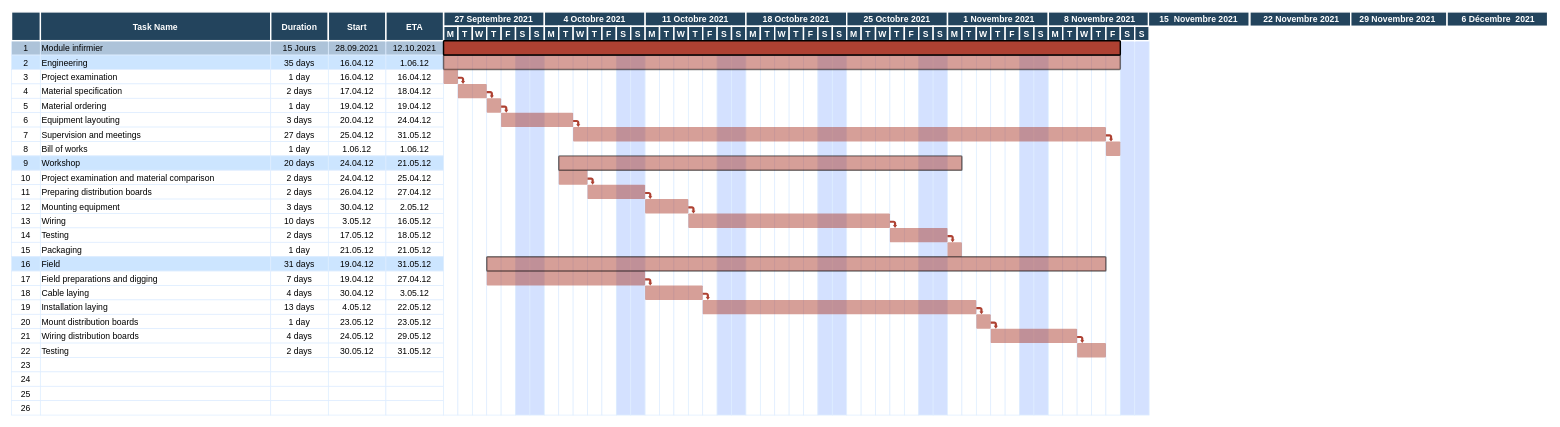
Earlier version of the draw.io diagram Untitled Diagram.drawio (HadilDadda/Exercice1). Source tidied: cells renumbered, new cells numbered last; positions are measured from the earlier drawing's top-left corner, leaving out a move shared by most shapes. Both pictures are drawn from the tidied source at 72%, with x=0, y=0 at pixel (11, 12).
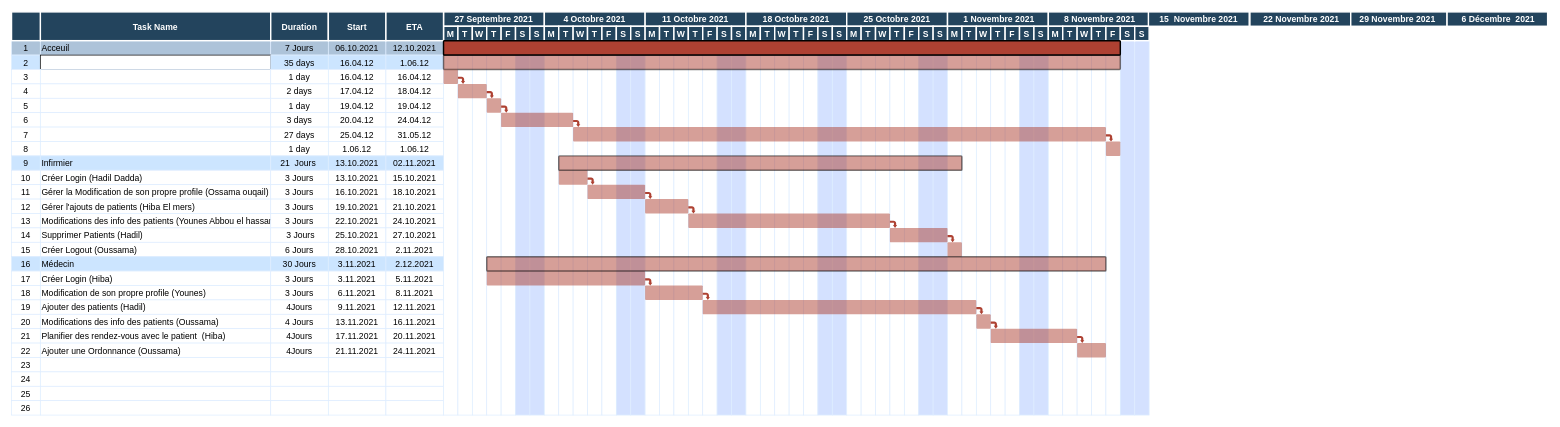
The same page after the edit.

Commit message:
diagramme d'hopitaux

Change to the diagram source:
```diff
@@
-    <mxCell id="3" value="Module infirmier" style="align=left;strokeColor=#DEEDFF;fillColor=#ADC3D9;" parent="1" vertex="1">
+    <mxCell id="3" value="Acceuil" style="align=left;strokeColor=#DEEDFF;fillColor=#ADC3D9;" parent="1" vertex="1">
       <mxGeometry x="40.5" y="40" width="320" height="20" as="geometry" />
     </mxCell>
-    <mxCell id="4" value="15 Jours" style="strokeColor=#DEEDFF;fillColor=#ADC3D9;" parent="1" vertex="1">
+    <mxCell id="4" value="7 Jours" style="strokeColor=#DEEDFF;fillColor=#ADC3D9;" parent="1" vertex="1">
       <mxGeometry x="360.5" y="40" width="80" height="20" as="geometry" />
     </mxCell>
-    <mxCell id="5" value="28.09.2021" style="strokeColor=#DEEDFF;fillColor=#ADC3D9;" parent="1" vertex="1">
+    <mxCell id="5" value="06.10.2021" style="strokeColor=#DEEDFF;fillColor=#ADC3D9;" parent="1" vertex="1">
       <mxGeometry x="440.5" y="40" width="80" height="20" as="geometry" />
     </mxCell>
@@
-    <mxCell id="9" value="Engineering" style="align=left;strokeColor=#DEEDFF;fillColor=#CCE5FF;" parent="1" vertex="1">
+    <mxCell id="9" style="align=left;" parent="1" vertex="1">
       <mxGeometry x="40.5" y="60" width="320" height="20" as="geometry" />
     </mxCell>
@@
-    <mxCell id="14" value="Project examination" style="align=left;strokeColor=#DEEDFF;" parent="1" vertex="1">
+    <mxCell id="14" style="align=left;strokeColor=#DEEDFF;" parent="1" vertex="1">
       <mxGeometry x="40.5" y="80" width="320" height="20" as="geometry" />
     </mxCell>
@@
-    <mxCell id="19" value="Material specification" style="align=left;strokeColor=#DEEDFF;" parent="1" vertex="1">
+    <mxCell id="19" style="align=left;strokeColor=#DEEDFF;" parent="1" vertex="1">
       <mxGeometry x="40.5" y="100" width="320" height="20" as="geometry" />
     </mxCell>
@@
-    <mxCell id="24" value="Material ordering" style="align=left;strokeColor=#DEEDFF;" parent="1" vertex="1">
+    <mxCell id="24" style="align=left;strokeColor=#DEEDFF;" parent="1" vertex="1">
       <mxGeometry x="40.5" y="120" width="320" height="20" as="geometry" />
     </mxCell>
@@
-    <mxCell id="29" value="Equipment layouting" style="align=left;strokeColor=#DEEDFF;" parent="1" vertex="1">
+    <mxCell id="29" style="align=left;strokeColor=#DEEDFF;" parent="1" vertex="1">
       <mxGeometry x="40.5" y="140" width="320" height="20" as="geometry" />
     </mxCell>
@@
-    <mxCell id="34" value="Supervision and meetings" style="align=left;strokeColor=#DEEDFF;" parent="1" vertex="1">
+    <mxCell id="34" style="align=left;strokeColor=#DEEDFF;" parent="1" vertex="1">
       <mxGeometry x="40.5" y="160" width="320" height="20" as="geometry" />
     </mxCell>
@@
-    <mxCell id="39" value="Bill of works" style="align=left;strokeColor=#DEEDFF;" parent="1" vertex="1">
+    <mxCell id="39" style="align=left;strokeColor=#DEEDFF;" parent="1" vertex="1">
       <mxGeometry x="40.5" y="180" width="320" height="20" as="geometry" />
     </mxCell>
@@
-    <mxCell id="44" value="Workshop" style="align=left;strokeColor=#DEEDFF;fillColor=#CCE5FF;" parent="1" vertex="1">
+    <mxCell id="44" value="Infirmier" style="align=left;strokeColor=#DEEDFF;fillColor=#CCE5FF;" parent="1" vertex="1">
       <mxGeometry x="40.5" y="200" width="320" height="20" as="geometry" />
     </mxCell>
-    <mxCell id="45" value="20 days" style="strokeColor=#DEEDFF;fillColor=#CCE5FF;" parent="1" vertex="1">
+    <mxCell id="45" value="21  Jours " style="strokeColor=#DEEDFF;fillColor=#CCE5FF;" parent="1" vertex="1">
       <mxGeometry x="360.5" y="200" width="80" height="20" as="geometry" />
     </mxCell>
-    <mxCell id="46" value="24.04.12" style="strokeColor=#DEEDFF;fillColor=#CCE5FF;" parent="1" vertex="1">
+    <mxCell id="46" value="13.10.2021" style="strokeColor=#DEEDFF;fillColor=#CCE5FF;" parent="1" vertex="1">
       <mxGeometry x="440.5" y="200" width="80" height="20" as="geometry" />
     </mxCell>
-    <mxCell id="47" value="21.05.12" style="strokeColor=#DEEDFF;fillColor=#CCE5FF;" parent="1" vertex="1">
+    <mxCell id="47" value="02.11.2021" style="strokeColor=#DEEDFF;fillColor=#CCE5FF;" parent="1" vertex="1">
       <mxGeometry x="520.5" y="200" width="80" height="20" as="geometry" />
     </mxCell>
@@
-    <mxCell id="49" value="Project examination and material comparison" style="align=left;strokeColor=#DEEDFF;" parent="1" vertex="1">
+    <mxCell id="49" value="Créer Login (Hadil Dadda)" style="align=left;strokeColor=#DEEDFF;" parent="1" vertex="1">
       <mxGeometry x="40.5" y="220" width="320" height="20" as="geometry" />
     </mxCell>
-    <mxCell id="50" value="2 days" style="strokeColor=#DEEDFF;" parent="1" vertex="1">
+    <mxCell id="50" value="3 Jours" style="strokeColor=#DEEDFF;" parent="1" vertex="1">
       <mxGeometry x="360.5" y="220" width="80" height="20" as="geometry" />
     </mxCell>
-    <mxCell id="51" value="24.04.12" style="strokeColor=#DEEDFF;" parent="1" vertex="1">
+    <mxCell id="51" value="13.10.2021" style="strokeColor=#DEEDFF;" parent="1" vertex="1">
       <mxGeometry x="440.5" y="220" width="80" height="20" as="geometry" />
     </mxCell>
-    <mxCell id="52" value="25.04.12" style="strokeColor=#DEEDFF;" parent="1" vertex="1">
+    <mxCell id="52" value="15.10.2021" style="strokeColor=#DEEDFF;" parent="1" vertex="1">
       <mxGeometry x="520.5" y="220" width="80" height="20" as="geometry" />
     </mxCell>
@@
-    <mxCell id="54" value="Preparing distribution boards" style="align=left;strokeColor=#DEEDFF;" parent="1" vertex="1">
+    <mxCell id="54" value="Gérer la Modification de son propre profile (Ossama ouqail)" style="align=left;strokeColor=#DEEDFF;" parent="1" vertex="1">
       <mxGeometry x="40.5" y="240" width="320" height="20" as="geometry" />
     </mxCell>
-    <mxCell id="55" value="2 days" style="strokeColor=#DEEDFF;" parent="1" vertex="1">
+    <mxCell id="55" value="3 Jours" style="strokeColor=#DEEDFF;" parent="1" vertex="1">
       <mxGeometry x="360.5" y="240" width="80" height="20" as="geometry" />
     </mxCell>
-    <mxCell id="56" value="26.04.12" style="strokeColor=#DEEDFF;" parent="1" vertex="1">
+    <mxCell id="56" value="16.10.2021" style="strokeColor=#DEEDFF;" parent="1" vertex="1">
       <mxGeometry x="440.5" y="240" width="80" height="20" as="geometry" />
     </mxCell>
-    <mxCell id="57" value="27.04.12" style="strokeColor=#DEEDFF;" parent="1" vertex="1">
+    <mxCell id="57" value="18.10.2021" style="strokeColor=#DEEDFF;" parent="1" vertex="1">
       <mxGeometry x="520.5" y="240" width="80" height="20" as="geometry" />
     </mxCell>
@@
-    <mxCell id="59" value="Mounting equipment" style="align=left;strokeColor=#DEEDFF;" parent="1" vertex="1">
+    <mxCell id="59" value="Gérer l'ajouts de patients (Hiba El mers)" style="align=left;strokeColor=#DEEDFF;" parent="1" vertex="1">
       <mxGeometry x="40.5" y="260" width="320" height="20" as="geometry" />
     </mxCell>
-    <mxCell id="60" value="3 days" style="strokeColor=#DEEDFF;" parent="1" vertex="1">
+    <mxCell id="60" value="3 Jours" style="strokeColor=#DEEDFF;" parent="1" vertex="1">
       <mxGeometry x="360.5" y="260" width="80" height="20" as="geometry" />
     </mxCell>
-    <mxCell id="61" value="30.04.12" style="strokeColor=#DEEDFF;" parent="1" vertex="1">
+    <mxCell id="61" value="19.10.2021" style="strokeColor=#DEEDFF;" parent="1" vertex="1">
       <mxGeometry x="440.5" y="260" width="80" height="20" as="geometry" />
     </mxCell>
-    <mxCell id="62" value="2.05.12" style="strokeColor=#DEEDFF;" parent="1" vertex="1">
+    <mxCell id="62" value="21.10.2021" style="strokeColor=#DEEDFF;" parent="1" vertex="1">
       <mxGeometry x="520.5" y="260" width="80" height="20" as="geometry" />
     </mxCell>
@@
-    <mxCell id="64" value="Wiring" style="align=left;strokeColor=#DEEDFF;" parent="1" vertex="1">
+    <mxCell id="64" value="Modifications des info des patients (Younes Abbou el hassan)" style="align=left;strokeColor=#DEEDFF;" parent="1" vertex="1">
       <mxGeometry x="40.5" y="280" width="320" height="20" as="geometry" />
     </mxCell>
-    <mxCell id="65" value="10 days" style="strokeColor=#DEEDFF;" parent="1" vertex="1">
+    <mxCell id="65" value="3 Jours" style="strokeColor=#DEEDFF;" parent="1" vertex="1">
       <mxGeometry x="360.5" y="280" width="80" height="20" as="geometry" />
     </mxCell>
-    <mxCell id="66" value="3.05.12" style="strokeColor=#DEEDFF;" parent="1" vertex="1">
+    <mxCell id="66" value="22.10.2021" style="strokeColor=#DEEDFF;" parent="1" vertex="1">
       <mxGeometry x="440.5" y="280" width="80" height="20" as="geometry" />
     </mxCell>
-    <mxCell id="67" value="16.05.12" style="strokeColor=#DEEDFF;" parent="1" vertex="1">
+    <mxCell id="67" value="24.10.2021" style="strokeColor=#DEEDFF;" parent="1" vertex="1">
       <mxGeometry x="520.5" y="280" width="80" height="20" as="geometry" />
     </mxCell>
@@
-    <mxCell id="69" value="Testing" style="align=left;strokeColor=#DEEDFF;" parent="1" vertex="1">
+    <mxCell id="69" value="Supprimer Patients (Hadil)" style="align=left;strokeColor=#DEEDFF;" parent="1" vertex="1">
       <mxGeometry x="40.5" y="300" width="320" height="20" as="geometry" />
     </mxCell>
-    <mxCell id="70" value="2 days" style="strokeColor=#DEEDFF;" parent="1" vertex="1">
+    <mxCell id="70" value=" 3 Jours" style="strokeColor=#DEEDFF;" parent="1" vertex="1">
       <mxGeometry x="360.5" y="300" width="80" height="20" as="geometry" />
     </mxCell>
-    <mxCell id="71" value="17.05.12" style="strokeColor=#DEEDFF;" parent="1" vertex="1">
+    <mxCell id="71" value="25.10.2021" style="strokeColor=#DEEDFF;" parent="1" vertex="1">
       <mxGeometry x="440.5" y="300" width="80" height="20" as="geometry" />
     </mxCell>
-    <mxCell id="72" value="18.05.12" style="strokeColor=#DEEDFF;" parent="1" vertex="1">
+    <mxCell id="72" value="27.10.2021" style="strokeColor=#DEEDFF;" parent="1" vertex="1">
       <mxGeometry x="520.5" y="300" width="80" height="20" as="geometry" />
     </mxCell>
@@
-    <mxCell id="74" value="Packaging" style="align=left;strokeColor=#DEEDFF;fillColor=#FFFFFF;" parent="1" vertex="1">
+    <mxCell id="74" value="Créer Logout (Oussama)" style="align=left;strokeColor=#DEEDFF;fillColor=#FFFFFF;" parent="1" vertex="1">
       <mxGeometry x="40.5" y="320" width="320" height="20" as="geometry" />
     </mxCell>
-    <mxCell id="75" value="1 day" style="strokeColor=#DEEDFF;fillColor=#FFFFFF;" parent="1" vertex="1">
+    <mxCell id="75" value="6 Jours" style="strokeColor=#DEEDFF;fillColor=#FFFFFF;" parent="1" vertex="1">
       <mxGeometry x="360.5" y="320" width="80" height="20" as="geometry" />
     </mxCell>
-    <mxCell id="76" value="21.05.12" style="strokeColor=#DEEDFF;fillColor=#FFFFFF;" parent="1" vertex="1">
+    <mxCell id="76" value="28.10.2021" style="strokeColor=#DEEDFF;fillColor=#FFFFFF;" parent="1" vertex="1">
       <mxGeometry x="440.5" y="320" width="80" height="20" as="geometry" />
     </mxCell>
-    <mxCell id="77" value="21.05.12" style="strokeColor=#DEEDFF;fillColor=#FFFFFF;" parent="1" vertex="1">
+    <mxCell id="77" value="2.11.2021" style="strokeColor=#DEEDFF;fillColor=#FFFFFF;" parent="1" vertex="1">
       <mxGeometry x="520.5" y="320" width="80" height="20" as="geometry" />
     </mxCell>
@@
-    <mxCell id="79" value="Field" style="align=left;strokeColor=#DEEDFF;fillColor=#CCE5FF;" parent="1" vertex="1">
+    <mxCell id="79" value="Médecin" style="align=left;strokeColor=#DEEDFF;fillColor=#CCE5FF;" parent="1" vertex="1">
       <mxGeometry x="40.5" y="340" width="320" height="20" as="geometry" />
     </mxCell>
-    <mxCell id="80" value="31 days" style="strokeColor=#DEEDFF;fillColor=#CCE5FF;" parent="1" vertex="1">
+    <mxCell id="80" value="30 Jours" style="strokeColor=#DEEDFF;fillColor=#CCE5FF;" parent="1" vertex="1">
       <mxGeometry x="360.5" y="340" width="80" height="20" as="geometry" />
     </mxCell>
-    <mxCell id="81" value="19.04.12" style="strokeColor=#DEEDFF;fillColor=#CCE5FF;" parent="1" vertex="1">
+    <mxCell id="81" value="3.11.2021" style="strokeColor=#DEEDFF;fillColor=#CCE5FF;" parent="1" vertex="1">
       <mxGeometry x="440.5" y="340" width="80" height="20" as="geometry" />
     </mxCell>
-    <mxCell id="82" value="31.05.12" style="strokeColor=#DEEDFF;fillColor=#CCE5FF;" parent="1" vertex="1">
+    <mxCell id="82" value="2.12.2021" style="strokeColor=#DEEDFF;fillColor=#CCE5FF;" parent="1" vertex="1">
       <mxGeometry x="520.5" y="340" width="80" height="20" as="geometry" />
     </mxCell>
@@
-    <mxCell id="84" value="Field preparations and digging" style="align=left;strokeColor=#DEEDFF;" parent="1" vertex="1">
+    <mxCell id="84" value="Créer Login (Hiba)" style="align=left;strokeColor=#DEEDFF;" parent="1" vertex="1">
       <mxGeometry x="40.5" y="360" width="320" height="20" as="geometry" />
     </mxCell>
-    <mxCell id="85" value="7 days" style="strokeColor=#DEEDFF;" parent="1" vertex="1">
+    <mxCell id="85" value="3 Jours" style="strokeColor=#DEEDFF;" parent="1" vertex="1">
       <mxGeometry x="360.5" y="360" width="80" height="20" as="geometry" />
     </mxCell>
-    <mxCell id="86" value="19.04.12" style="strokeColor=#DEEDFF;" parent="1" vertex="1">
+    <mxCell id="86" value="3.11.2021" style="strokeColor=#DEEDFF;" parent="1" vertex="1">
       <mxGeometry x="440.5" y="360" width="80" height="20" as="geometry" />
     </mxCell>
-    <mxCell id="87" value="27.04.12" style="strokeColor=#DEEDFF;" parent="1" vertex="1">
+    <mxCell id="87" value="5.11.2021" style="strokeColor=#DEEDFF;" parent="1" vertex="1">
       <mxGeometry x="520.5" y="360" width="80" height="20" as="geometry" />
     </mxCell>
@@
-    <mxCell id="89" value="Cable laying" style="align=left;strokeColor=#DEEDFF;" parent="1" vertex="1">
+    <mxCell id="89" value="Modification de son propre profile (Younes)" style="align=left;strokeColor=#DEEDFF;" parent="1" vertex="1">
       <mxGeometry x="40.5" y="380" width="320" height="20" as="geometry" />
     </mxCell>
-    <mxCell id="90" value="4 days" style="strokeColor=#DEEDFF;" parent="1" vertex="1">
+    <mxCell id="90" value="3 Jours" style="strokeColor=#DEEDFF;" parent="1" vertex="1">
       <mxGeometry x="360.5" y="380" width="80" height="20" as="geometry" />
     </mxCell>
-    <mxCell id="91" value="30.04.12" style="strokeColor=#DEEDFF;" parent="1" vertex="1">
+    <mxCell id="91" value="6.11.2021" style="strokeColor=#DEEDFF;" parent="1" vertex="1">
       <mxGeometry x="440.5" y="380" width="80" height="20" as="geometry" />
     </mxCell>
-    <mxCell id="92" value="3.05.12" style="strokeColor=#DEEDFF;" parent="1" vertex="1">
+    <mxCell id="92" value="8.11.2021" style="strokeColor=#DEEDFF;" parent="1" vertex="1">
       <mxGeometry x="520.5" y="380" width="80" height="20" as="geometry" />
     </mxCell>
@@
-    <mxCell id="94" value="Installation laying" style="align=left;strokeColor=#DEEDFF;" parent="1" vertex="1">
+    <mxCell id="94" value="Ajouter des patients (Hadil)" style="align=left;strokeColor=#DEEDFF;" parent="1" vertex="1">
       <mxGeometry x="40.5" y="400" width="320" height="20" as="geometry" />
     </mxCell>
-    <mxCell id="95" value="13 days" style="strokeColor=#DEEDFF;" parent="1" vertex="1">
+    <mxCell id="95" value="4Jours" style="strokeColor=#DEEDFF;" parent="1" vertex="1">
       <mxGeometry x="360.5" y="400" width="80" height="20" as="geometry" />
     </mxCell>
-    <mxCell id="96" value="4.05.12" style="strokeColor=#DEEDFF;" parent="1" vertex="1">
+    <mxCell id="96" value="9.11.2021" style="strokeColor=#DEEDFF;" parent="1" vertex="1">
       <mxGeometry x="440.5" y="400" width="80" height="20" as="geometry" />
     </mxCell>
-    <mxCell id="97" value="22.05.12" style="strokeColor=#DEEDFF;" parent="1" vertex="1">
+    <mxCell id="97" value="12.11.2021" style="strokeColor=#DEEDFF;" parent="1" vertex="1">
       <mxGeometry x="520.5" y="400" width="80" height="20" as="geometry" />
     </mxCell>
@@
-    <mxCell id="99" value="Mount distribution boards" style="align=left;strokeColor=#DEEDFF;" parent="1" vertex="1">
+    <mxCell id="99" value="Modifications des info des patients (Oussama)" style="align=left;strokeColor=#DEEDFF;" parent="1" vertex="1">
       <mxGeometry x="40.5" y="420" width="320" height="20" as="geometry" />
     </mxCell>
-    <mxCell id="100" value="1 day" style="strokeColor=#DEEDFF;" parent="1" vertex="1">
+    <mxCell id="100" value="4 Jours" style="strokeColor=#DEEDFF;" parent="1" vertex="1">
       <mxGeometry x="360.5" y="420" width="80" height="20" as="geometry" />
     </mxCell>
-    <mxCell id="101" value="23.05.12" style="strokeColor=#DEEDFF;" parent="1" vertex="1">
+    <mxCell id="101" value="13.11.2021" style="strokeColor=#DEEDFF;" parent="1" vertex="1">
       <mxGeometry x="440.5" y="420" width="80" height="20" as="geometry" />
     </mxCell>
-    <mxCell id="102" value="23.05.12" style="strokeColor=#DEEDFF;" parent="1" vertex="1">
+    <mxCell id="102" value="16.11.2021" style="strokeColor=#DEEDFF;" parent="1" vertex="1">
       <mxGeometry x="520.5" y="420" width="80" height="20" as="geometry" />
     </mxCell>
@@
-    <mxCell id="104" value="Wiring distribution boards" style="align=left;strokeColor=#DEEDFF;" parent="1" vertex="1">
+    <mxCell id="104" value="Planifier des rendez-vous avec le patient  (Hiba)" style="align=left;strokeColor=#DEEDFF;" parent="1" vertex="1">
       <mxGeometry x="40.5" y="440" width="320" height="20" as="geometry" />
     </mxCell>
-    <mxCell id="105" value="4 days" style="strokeColor=#DEEDFF;" parent="1" vertex="1">
+    <mxCell id="105" value="4Jours" style="strokeColor=#DEEDFF;" parent="1" vertex="1">
       <mxGeometry x="360.5" y="440" width="80" height="20" as="geometry" />
     </mxCell>
-    <mxCell id="106" value="24.05.12" style="strokeColor=#DEEDFF;" parent="1" vertex="1">
+    <mxCell id="106" value="17.11.2021" style="strokeColor=#DEEDFF;" parent="1" vertex="1">
       <mxGeometry x="440.5" y="440" width="80" height="20" as="geometry" />
     </mxCell>
-    <mxCell id="107" value="29.05.12" style="strokeColor=#DEEDFF;" parent="1" vertex="1">
+    <mxCell id="107" value="20.11.2021" style="strokeColor=#DEEDFF;" parent="1" vertex="1">
       <mxGeometry x="520.5" y="440" width="80" height="20" as="geometry" />
     </mxCell>
@@
-    <mxCell id="109" value="Testing" style="align=left;strokeColor=#DEEDFF;" parent="1" vertex="1">
+    <mxCell id="109" value="Ajouter une Ordonnance (Oussama)" style="align=left;strokeColor=#DEEDFF;" parent="1" vertex="1">
       <mxGeometry x="40.5" y="460" width="320" height="20" as="geometry" />
     </mxCell>
-    <mxCell id="110" value="2 days" style="strokeColor=#DEEDFF;" parent="1" vertex="1">
+    <mxCell id="110" value="4Jours" style="strokeColor=#DEEDFF;" parent="1" vertex="1">
       <mxGeometry x="360.5" y="460" width="80" height="20" as="geometry" />
     </mxCell>
-    <mxCell id="111" value="30.05.12" style="strokeColor=#DEEDFF;" parent="1" vertex="1">
+    <mxCell id="111" value="21.11.2021" style="strokeColor=#DEEDFF;" parent="1" vertex="1">
       <mxGeometry x="440.5" y="460" width="80" height="20" as="geometry" />
     </mxCell>
-    <mxCell id="112" value="31.05.12" style="strokeColor=#DEEDFF;" parent="1" vertex="1">
+    <mxCell id="112" value="24.11.2021" style="strokeColor=#DEEDFF;" parent="1" vertex="1">
       <mxGeometry x="520.5" y="460" width="80" height="20" as="geometry" />
     </mxCell>
```
